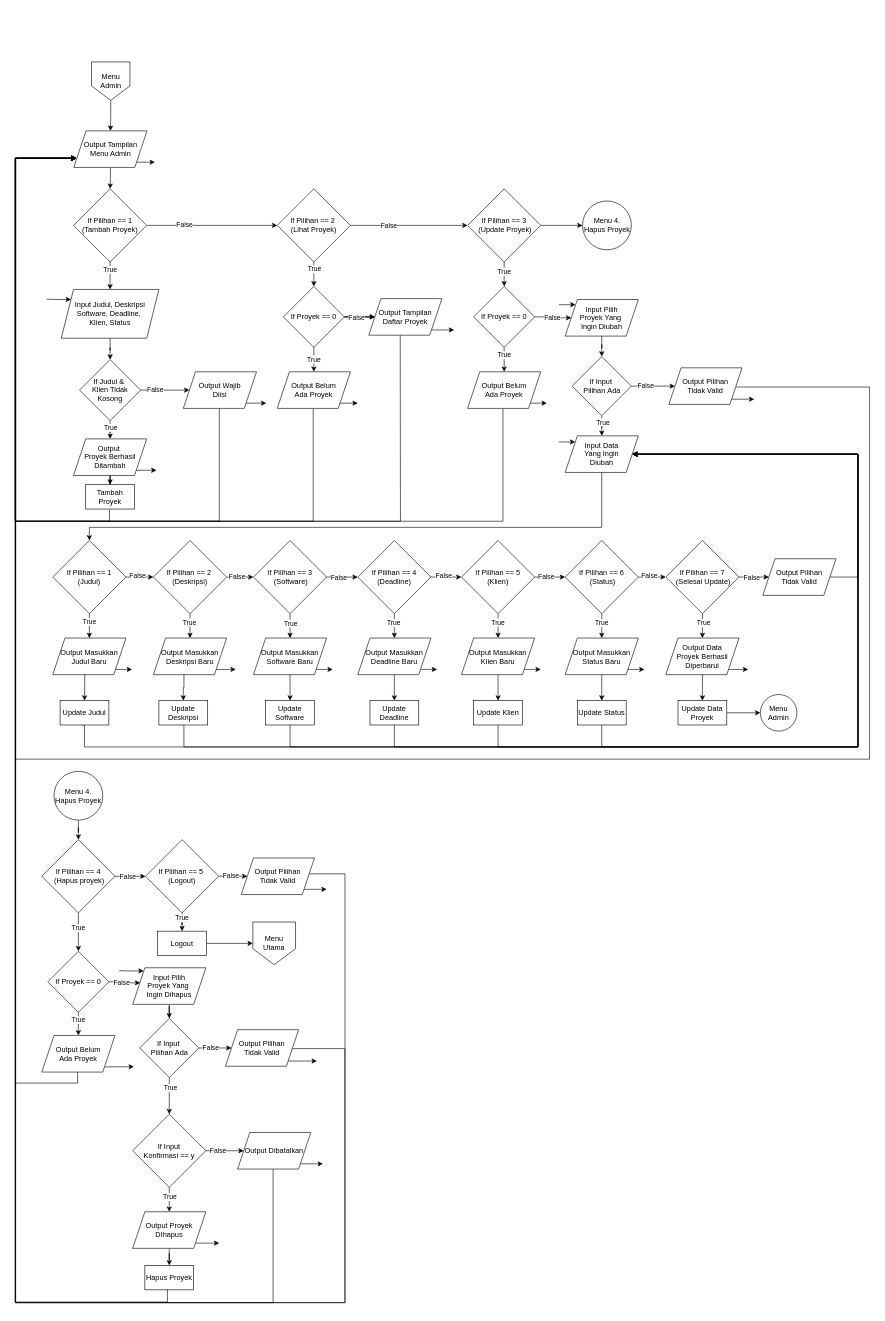
Before: page "Menu Admin" (2 of 5) of praktikum-apd/post-test/post-test-apd-7/2509106081-MuhammadIhsanRosadi-PT-7.drawio in WAST3D-Git/Praktikum_APD_B2-25, a draw.io diagram. Source tidied: cells renumbered, new cells numbered last; positions are measured from the earlier drawing's top-left corner, leaving out a move shared by most shapes. Both pictures are drawn from the tidied source at 61%, with x=0, y=0 at pixel (15, 62).
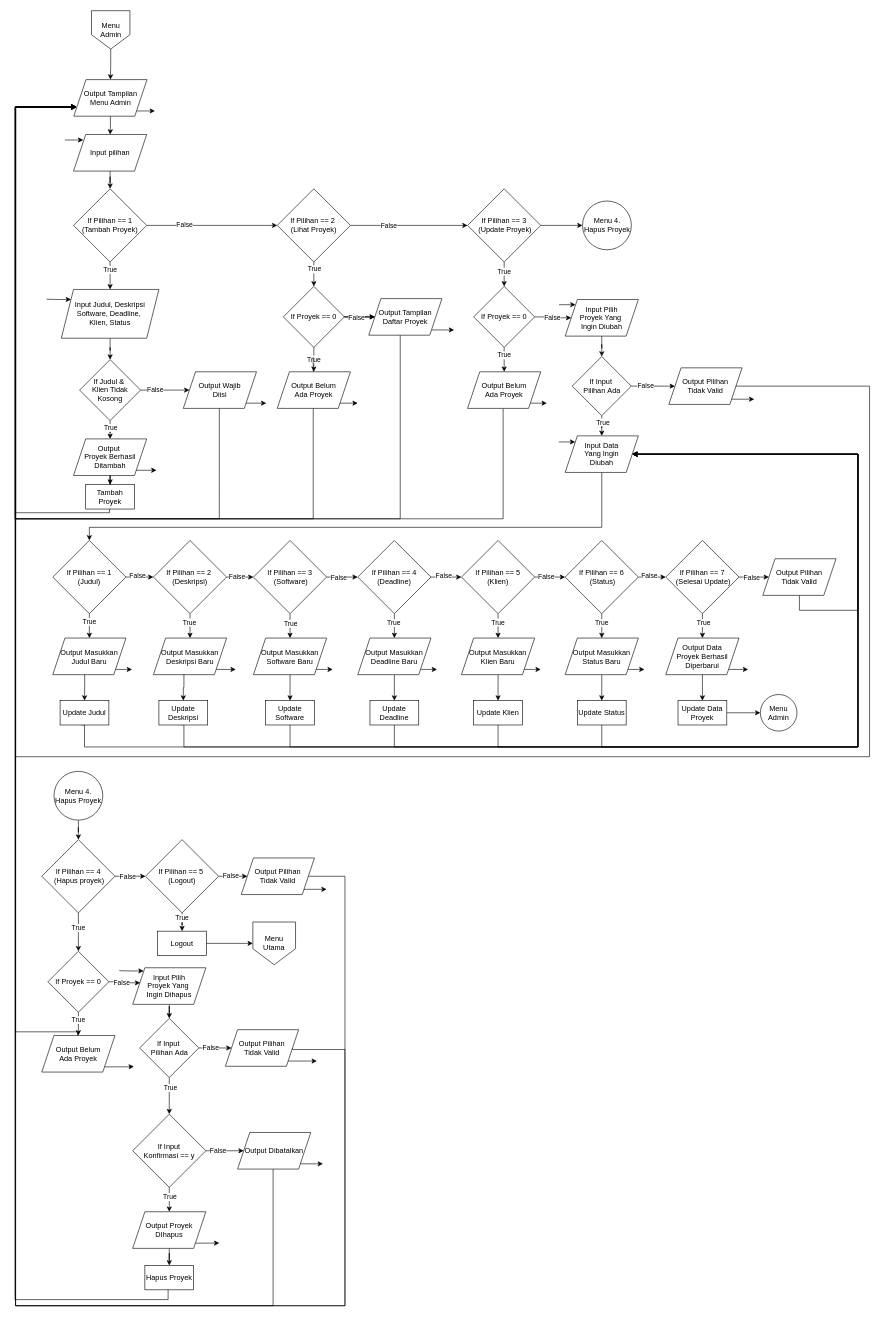
Above is the later version.

The change refers to these unchanged cells:
```xml
<mxCell id="9" value="If Pilihan == 1&lt;div&gt;(Tambah Proyek)&lt;/div&gt;" style="rhombus;whiteSpace=wrap;html=1;" parent="1" vertex="1">
  <mxGeometry x="96" y="208" width="120" height="120" as="geometry" />
</mxCell>
<mxCell id="29" value="Output Pilihan&lt;div&gt;Tidak Valid&lt;/div&gt;" style="shape=parallelogram;perimeter=parallelogramPerimeter;whiteSpace=wrap;html=1;fixedSize=1;" parent="1" vertex="1">
  <mxGeometry x="371" y="1305" width="120" height="60" as="geometry" />
</mxCell>
<mxCell id="37" value="Output Belum&lt;div&gt;Ada Proyek&lt;/div&gt;" style="shape=parallelogram;perimeter=parallelogramPerimeter;whiteSpace=wrap;html=1;fixedSize=1;" parent="1" vertex="1">
  <mxGeometry x="44" y="1596" width="120" height="60" as="geometry" />
</mxCell>
<mxCell id="52" value="Output Belum&lt;div&gt;Ada Proyek&lt;/div&gt;" style="shape=parallelogram;perimeter=parallelogramPerimeter;whiteSpace=wrap;html=1;fixedSize=1;" parent="1" vertex="1">
  <mxGeometry x="742" y="508" width="120" height="60" as="geometry" />
</mxCell>
<mxCell id="70" value="Output Dibatalkan" style="shape=parallelogram;perimeter=parallelogramPerimeter;whiteSpace=wrap;html=1;fixedSize=1;" parent="1" vertex="1">
  <mxGeometry x="365" y="1755" width="120" height="60" as="geometry" />
</mxCell>
<mxCell id="73" value="Output Pilihan&lt;div&gt;Tidak Valid&lt;/div&gt;" style="shape=parallelogram;perimeter=parallelogramPerimeter;whiteSpace=wrap;html=1;fixedSize=1;" parent="1" vertex="1">
  <mxGeometry x="345" y="1586.5" width="120" height="60" as="geometry" />
</mxCell>
<mxCell id="81" value="Output Pilihan&lt;div&gt;Tidak Valid&lt;/div&gt;" style="shape=parallelogram;perimeter=parallelogramPerimeter;whiteSpace=wrap;html=1;fixedSize=1;" parent="1" vertex="1">
  <mxGeometry x="1072" y="501.5" width="120" height="60" as="geometry" />
</mxCell>
<mxCell id="83" value="Input Data&lt;div&gt;Yang Ingin&lt;/div&gt;&lt;div&gt;&lt;span style=&quot;background-color: transparent; color: light-dark(rgb(0, 0, 0), rgb(255, 255, 255));&quot;&gt;Diubah&lt;/span&gt;&lt;/div&gt;" style="shape=parallelogram;perimeter=parallelogramPerimeter;whiteSpace=wrap;html=1;fixedSize=1;" parent="1" vertex="1">
  <mxGeometry x="902" y="613" width="120" height="60" as="geometry" />
</mxCell>
<mxCell id="120" value="Output Pilihan&lt;div&gt;Tidak Valid&lt;/div&gt;" style="shape=parallelogram;perimeter=parallelogramPerimeter;whiteSpace=wrap;html=1;fixedSize=1;" parent="1" vertex="1">
  <mxGeometry x="1226" y="814.5" width="120" height="60" as="geometry" />
</mxCell>
<mxCell id="159" value="Output Wajib&lt;div&gt;Diisi&lt;/div&gt;" style="shape=parallelogram;perimeter=parallelogramPerimeter;whiteSpace=wrap;html=1;fixedSize=1;" parent="1" vertex="1">
  <mxGeometry x="276" y="508" width="120" height="60" as="geometry" />
</mxCell>
<mxCell id="164" value="Output Tampilan&lt;div&gt;Daftar Proyek&lt;/div&gt;" style="shape=parallelogram;perimeter=parallelogramPerimeter;whiteSpace=wrap;html=1;fixedSize=1;" parent="1" vertex="1">
  <mxGeometry x="580" y="388" width="120" height="60" as="geometry" />
</mxCell>
<mxCell id="177" value="Tambah Proyek" style="whiteSpace=wrap;html=1;" parent="1" vertex="1">
  <mxGeometry x="116" y="693" width="80" height="40" as="geometry" />
</mxCell>
<mxCell id="193" value="Hapus Proyek" style="whiteSpace=wrap;html=1;" parent="1" vertex="1">
  <mxGeometry x="213" y="1973" width="80" height="40" as="geometry" />
</mxCell>
```

Diff of the diagram source:
```diff
@@
     <mxCell id="2" style="edgeStyle=orthogonalEdgeStyle;rounded=0;jettySize=auto;html=1;exitX=1;exitY=1;exitDx=0;exitDy=0;" parent="1" edge="1" source="4">
       <mxGeometry relative="1" as="geometry">
-        <mxPoint x="229.5" y="164.7" as="targetPoint" />
+        <mxPoint x="229.5" y="80.7" as="targetPoint" />
       </mxGeometry>
     </mxCell>
-    <mxCell id="3" style="edgeStyle=orthogonalEdgeStyle;rounded=0;jettySize=auto;html=1;" parent="1" edge="1" source="4" target="9">
-      <mxGeometry relative="1" as="geometry" />
-    </mxCell>
+    <mxCell id="195" style="edgeStyle=orthogonalEdgeStyle;rounded=0;jettySize=auto;html=1;" parent="1" edge="1" source="4" target="198">
+      <mxGeometry relative="1" as="geometry" />
+    </mxCell>
     <mxCell id="4" value="Output Tampilan&lt;div&gt;Menu Admin&lt;/div&gt;" style="shape=parallelogram;perimeter=parallelogramPerimeter;whiteSpace=wrap;html=1;fixedSize=1;" parent="1" vertex="1">
-      <mxGeometry x="96.5" y="113" width="120" height="60" as="geometry" />
+      <mxGeometry x="96.5" y="29" width="120" height="60" as="geometry" />
     </mxCell>
@@
-    <mxCell id="27" style="edgeStyle=orthogonalEdgeStyle;rounded=0;orthogonalLoop=1;jettySize=auto;html=1;exitX=0.913;exitY=0.416;exitDx=0;exitDy=0;exitPerimeter=0;" parent="1" edge="1">
+    <mxCell id="27" style="edgeStyle=orthogonalEdgeStyle;rounded=0;jettySize=auto;html=1;exitX=1;exitY=0.5;exitDx=0;exitDy=0;" parent="1" edge="1" source="29">
       <mxGeometry relative="1" as="geometry">
-        <mxPoint x="479.6" y="1331" as="sourcePoint" />
-        <mxPoint x="100.8" y="158" as="targetPoint" />
+        <mxPoint x="100.8" y="74" as="targetPoint" />
         <Array as="points">
-          <mxPoint x="541" y="1331" />
-          <mxPoint x="541" y="2034" />
-          <mxPoint x="1" y="2034" />
-          <mxPoint x="1" y="158" />
+          <mxPoint x="541" y="1335" />
+          <mxPoint x="541" y="2039" />
+          <mxPoint x="1" y="2039" />
+          <mxPoint x="1" y="74" />
         </Array>
       </mxGeometry>
     </mxCell>
@@
     <mxCell id="36" style="edgeStyle=orthogonalEdgeStyle;rounded=0;jettySize=auto;html=1;exitX=0.489;exitY=0.978;exitDx=0;exitDy=0;exitPerimeter=0;" parent="1" edge="1" source="37">
       <mxGeometry relative="1" as="geometry">
-        <mxPoint x="100.8" y="158" as="targetPoint" />
+        <mxPoint x="100.8" y="74" as="targetPoint" />
         <Array as="points">
-          <mxPoint x="103" y="1674" />
-          <mxPoint x="1" y="1674" />
-          <mxPoint x="1" y="158" />
+          <mxPoint x="103" y="1590" />
+          <mxPoint x="1" y="1590" />
+          <mxPoint x="1" y="74" />
         </Array>
       </mxGeometry>
     </mxCell>
@@
-    <mxCell id="50" style="edgeStyle=orthogonalEdgeStyle;rounded=0;orthogonalLoop=1;jettySize=auto;html=1;" parent="1" edge="1">
+    <mxCell id="50" style="edgeStyle=orthogonalEdgeStyle;rounded=0;jettySize=auto;html=1;exitX=0.486;exitY=1.004;exitDx=0;exitDy=0;exitPerimeter=0;" parent="1" edge="1" source="52">
       <mxGeometry relative="1" as="geometry">
-        <mxPoint x="800" y="563" as="sourcePoint" />
-        <mxPoint x="101" y="158" as="targetPoint" />
+        <mxPoint x="101" y="74" as="targetPoint" />
         <Array as="points">
-          <mxPoint x="800" y="753" />
-          <mxPoint y="753" />
-          <mxPoint y="158" />
-          <mxPoint x="90" y="158" />
+          <mxPoint x="800" y="749" />
+          <mxPoint y="749" />
+          <mxPoint y="74" />
         </Array>
       </mxGeometry>
     </mxCell>
@@
     <mxCell id="69" style="edgeStyle=orthogonalEdgeStyle;rounded=0;jettySize=auto;html=1;entryX=0;entryY=0.75;entryDx=0;entryDy=0;exitX=0.485;exitY=0.969;exitDx=0;exitDy=0;exitPerimeter=0;" parent="1" edge="1" source="70">
       <mxGeometry relative="1" as="geometry">
-        <mxPoint x="101" y="157.6" as="targetPoint" />
+        <mxPoint x="101" y="73.6" as="targetPoint" />
         <Array as="points">
-          <mxPoint x="423" y="2034" />
-          <mxPoint x="1" y="2034" />
-          <mxPoint x="1" y="158" />
+          <mxPoint x="423" y="2039" />
+          <mxPoint x="1" y="2039" />
+          <mxPoint x="1" y="74" />
         </Array>
       </mxGeometry>
     </mxCell>
@@
-    <mxCell id="72" style="edgeStyle=orthogonalEdgeStyle;rounded=0;orthogonalLoop=1;jettySize=auto;html=1;exitX=1;exitY=0.5;exitDx=0;exitDy=0;entryX=0;entryY=0.75;entryDx=0;entryDy=0;" parent="1" edge="1">
+    <mxCell id="72" style="edgeStyle=orthogonalEdgeStyle;rounded=0;jettySize=auto;html=1;exitX=1;exitY=0.5;exitDx=0;exitDy=0;entryX=0;entryY=0.75;entryDx=0;entryDy=0;" parent="1" edge="1" source="73">
       <mxGeometry relative="1" as="geometry">
-        <mxPoint x="454" y="1617.5" as="sourcePoint" />
-        <mxPoint x="101" y="157.6" as="targetPoint" />
+        <mxPoint x="101" y="73.6" as="targetPoint" />
         <Array as="points">
-          <mxPoint x="541" y="1618" />
-          <mxPoint x="541" y="2034" />
-          <mxPoint x="1" y="2034" />
-          <mxPoint x="1" y="158" />
+          <mxPoint x="455" y="1619" />
+          <mxPoint x="541" y="1619" />
+          <mxPoint x="541" y="2039" />
+          <mxPoint x="1" y="2039" />
+          <mxPoint x="1" y="74" />
         </Array>
       </mxGeometry>
     </mxCell>
@@
-    <mxCell id="79" style="edgeStyle=orthogonalEdgeStyle;rounded=0;orthogonalLoop=1;jettySize=auto;html=1;" parent="1" edge="1">
+    <mxCell id="79" style="edgeStyle=orthogonalEdgeStyle;rounded=0;jettySize=auto;html=1;exitX=1;exitY=0.5;exitDx=0;exitDy=0;" parent="1" edge="1" source="81">
       <mxGeometry relative="1" as="geometry">
-        <mxPoint x="1131" y="556.5" as="sourcePoint" />
-        <mxPoint x="100.5" y="158" as="targetPoint" />
+        <mxPoint x="100.5" y="74" as="targetPoint" />
         <Array as="points">
-          <mxPoint x="1131" y="533" />
-          <mxPoint x="1401" y="533" />
-          <mxPoint x="1401" y="1143" />
-          <mxPoint x="1" y="1143" />
-          <mxPoint x="1" y="158" />
+          <mxPoint x="1401" y="532" />
+          <mxPoint x="1401" y="1139" />
+          <mxPoint x="1" y="1139" />
+          <mxPoint x="1" y="74" />
         </Array>
       </mxGeometry>
     </mxCell>
@@
     <mxCell id="119" style="edgeStyle=orthogonalEdgeStyle;rounded=0;jettySize=auto;html=1;entryX=1;entryY=0.5;entryDx=0;entryDy=0;" parent="1" edge="1" source="120" target="83">
       <mxGeometry relative="1" as="geometry">
         <Array as="points">
-          <mxPoint x="1382" y="845" />
+          <mxPoint x="1286" y="899" />
+          <mxPoint x="1382" y="899" />
           <mxPoint x="1382" y="643" />
         </Array>
       </mxGeometry>
     </mxCell>
@@
     <mxCell id="145" style="edgeStyle=orthogonalEdgeStyle;rounded=0;orthogonalLoop=1;jettySize=auto;html=1;exitX=0.5;exitY=1;exitDx=0;exitDy=0;" parent="1" edge="1">
       <mxGeometry relative="1" as="geometry">
-        <mxPoint x="489" y="568" as="sourcePoint" />
-        <mxPoint x="100.5" y="158" as="targetPoint" />
+        <mxPoint x="489" y="484" as="sourcePoint" />
+        <mxPoint x="100.5" y="74" as="targetPoint" />
         <Array as="points">
-          <mxPoint x="489" y="753" />
-          <mxPoint x="1" y="753" />
-          <mxPoint x="1" y="158" />
+          <mxPoint x="489" y="749" />
+          <mxPoint x="1" y="749" />
+          <mxPoint x="1" y="74" />
         </Array>
       </mxGeometry>
     </mxCell>
@@
     <mxCell id="158" style="edgeStyle=orthogonalEdgeStyle;rounded=0;jettySize=auto;html=1;entryX=0;entryY=0.75;entryDx=0;entryDy=0;exitX=0.492;exitY=0.917;exitDx=0;exitDy=0;exitPerimeter=0;" parent="1" edge="1" source="159">
       <mxGeometry relative="1" as="geometry">
-        <mxPoint x="101" y="158" as="targetPoint" />
+        <mxPoint x="101" y="74" as="targetPoint" />
         <Array as="points">
-          <mxPoint x="335" y="753" />
-          <mxPoint x="1" y="753" />
-          <mxPoint x="1" y="158" />
+          <mxPoint x="335" y="749" />
+          <mxPoint x="1" y="749" />
+          <mxPoint x="1" y="74" />
         </Array>
       </mxGeometry>
     </mxCell>
@@
     <mxCell id="163" style="edgeStyle=orthogonalEdgeStyle;rounded=0;jettySize=auto;html=1;exitX=0.43;exitY=0.991;exitDx=0;exitDy=0;exitPerimeter=0;" parent="1" edge="1" source="164">
       <mxGeometry relative="1" as="geometry">
-        <mxPoint x="100.8" y="158" as="targetPoint" />
+        <mxPoint x="100.8" y="74" as="targetPoint" />
         <Array as="points">
-          <mxPoint x="632" y="449" />
-          <mxPoint x="632" y="449" />
-          <mxPoint x="632" y="753" />
-          <mxPoint x="1" y="753" />
-          <mxPoint x="1" y="158" />
+          <mxPoint x="632" y="749" />
+          <mxPoint x="1" y="749" />
+          <mxPoint x="1" y="74" />
         </Array>
       </mxGeometry>
     </mxCell>
@@
     <mxCell id="170" value="Menu Admin" style="shape=offPageConnector;whiteSpace=wrap;html=1;" parent="1" vertex="1">
-      <mxGeometry x="125.5" width="63" height="63" as="geometry" />
+      <mxGeometry x="125.5" y="-84" width="63" height="63" as="geometry" />
     </mxCell>
@@
-    <mxCell id="176" style="edgeStyle=orthogonalEdgeStyle;rounded=0;orthogonalLoop=1;jettySize=auto;html=1;entryX=0;entryY=0.75;entryDx=0;entryDy=0;" parent="1" edge="1">
+    <mxCell id="176" style="edgeStyle=orthogonalEdgeStyle;rounded=0;jettySize=auto;html=1;entryX=0;entryY=0.75;entryDx=0;entryDy=0;exitX=0.5;exitY=1;exitDx=0;exitDy=0;" parent="1" edge="1" source="177">
       <mxGeometry relative="1" as="geometry">
-        <mxPoint x="155" y="734" as="sourcePoint" />
-        <mxPoint x="101" y="157.6" as="targetPoint" />
+        <mxPoint x="101" y="73.6" as="targetPoint" />
         <Array as="points">
-          <mxPoint x="155" y="753" />
-          <mxPoint x="1" y="753" />
-          <mxPoint x="1" y="158" />
+          <mxPoint x="155" y="733" />
+          <mxPoint x="155" y="739" />
+          <mxPoint x="1" y="739" />
+          <mxPoint x="1" y="74" />
         </Array>
       </mxGeometry>
     </mxCell>
@@
     <mxCell id="192" style="edgeStyle=orthogonalEdgeStyle;rounded=0;jettySize=auto;html=1;exitX=0.476;exitY=0.985;exitDx=0;exitDy=0;exitPerimeter=0;" parent="1" edge="1" source="193">
       <mxGeometry relative="1" as="geometry">
-        <mxPoint x="101.2" y="158" as="targetPoint" />
+        <mxPoint x="101.2" y="74" as="targetPoint" />
         <Array as="points">
-          <mxPoint x="250" y="2012" />
-          <mxPoint x="250" y="2033" />
-          <mxPoint y="2033" />
-          <mxPoint y="158" />
+          <mxPoint x="251" y="2029" />
+          <mxPoint y="2029" />
+          <mxPoint y="74" />
         </Array>
       </mxGeometry>
     </mxCell>
@@
+    <mxCell id="196" style="edgeStyle=orthogonalEdgeStyle;rounded=0;orthogonalLoop=1;jettySize=auto;html=1;" parent="1" edge="1">
+      <mxGeometry relative="1" as="geometry">
+        <mxPoint x="82" y="128" as="sourcePoint" />
+        <mxPoint x="112" y="127.8" as="targetPoint" />
+      </mxGeometry>
+    </mxCell>
+    <mxCell id="197" style="edgeStyle=orthogonalEdgeStyle;rounded=0;jettySize=auto;html=1;" parent="1" edge="1" source="198" target="9">
+      <mxGeometry relative="1" as="geometry" />
+    </mxCell>
+    <mxCell id="198" value="Input pilihan" style="shape=parallelogram;perimeter=parallelogramPerimeter;whiteSpace=wrap;html=1;fixedSize=1;" parent="1" vertex="1">
+      <mxGeometry x="96" y="119" width="120" height="60" as="geometry" />
+    </mxCell>
```
